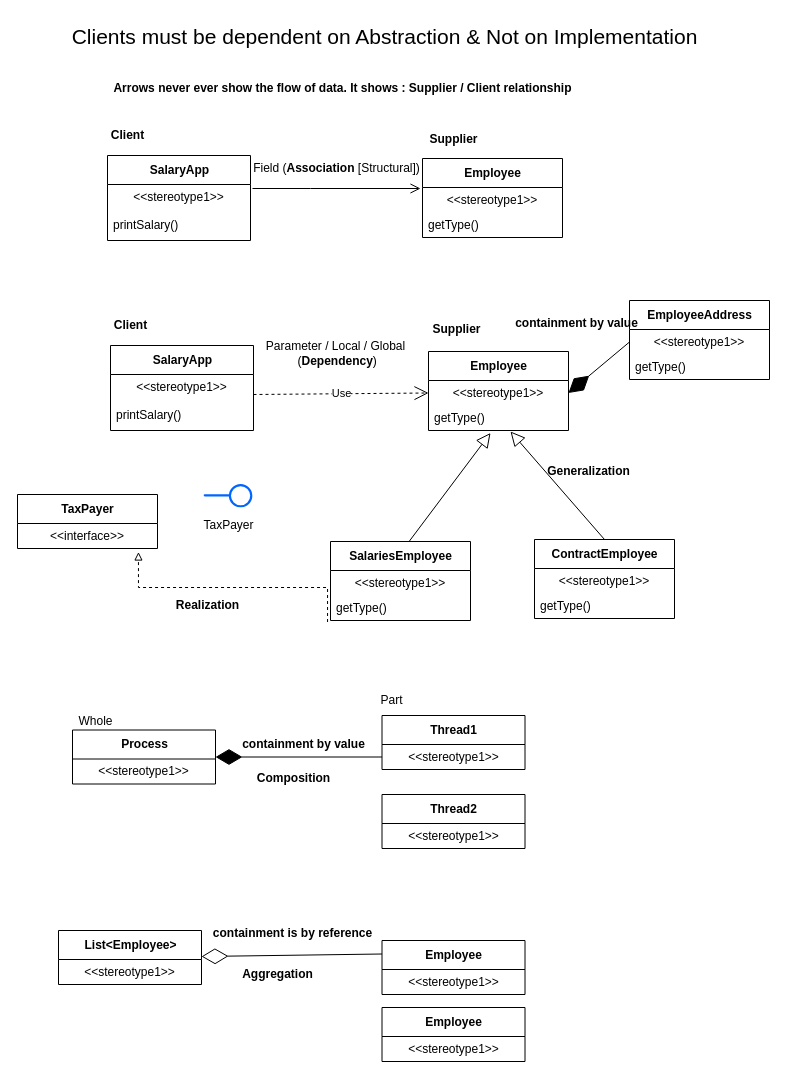
p-killer/Boa-Design-Pattern keeps this draw.io diagram as page "Relationships" (2 of 11) of design-patterns.drawio. Above is the earlier version. Source tidied: cells renumbered, new cells numbered last; positions are measured from the earlier drawing's top-left corner, leaving out a move shared by most shapes. Both pictures are drawn from the tidied source at 100%, with x=0, y=0 at pixel (17, 17).
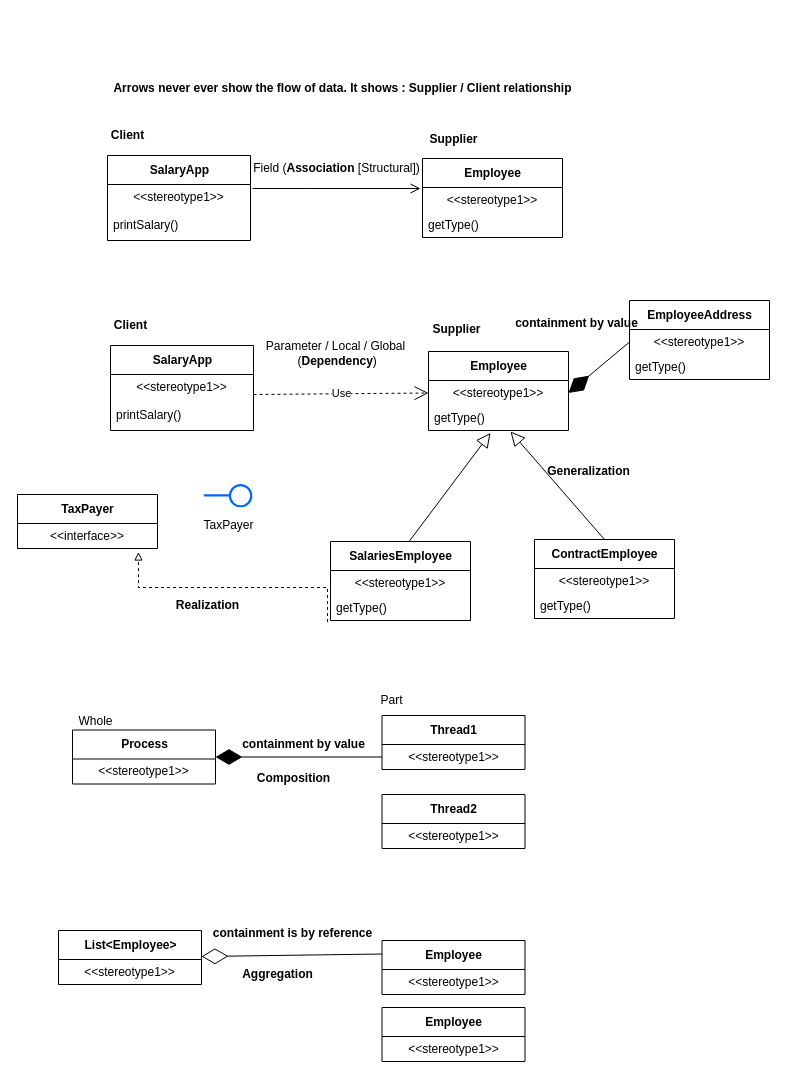
After the change.

Change to the diagram source:
```diff
@@
-    <mxCell id="62" value="Clients must be dependent on Abstraction &amp;amp; Not on Implementation" style="text;html=1;align=center;verticalAlign=middle;strokeColor=none;fillColor=none;fontSize=21;" parent="1" vertex="1">
-      <mxGeometry x="45" width="644" height="37" as="geometry" />
-    </mxCell>
```
